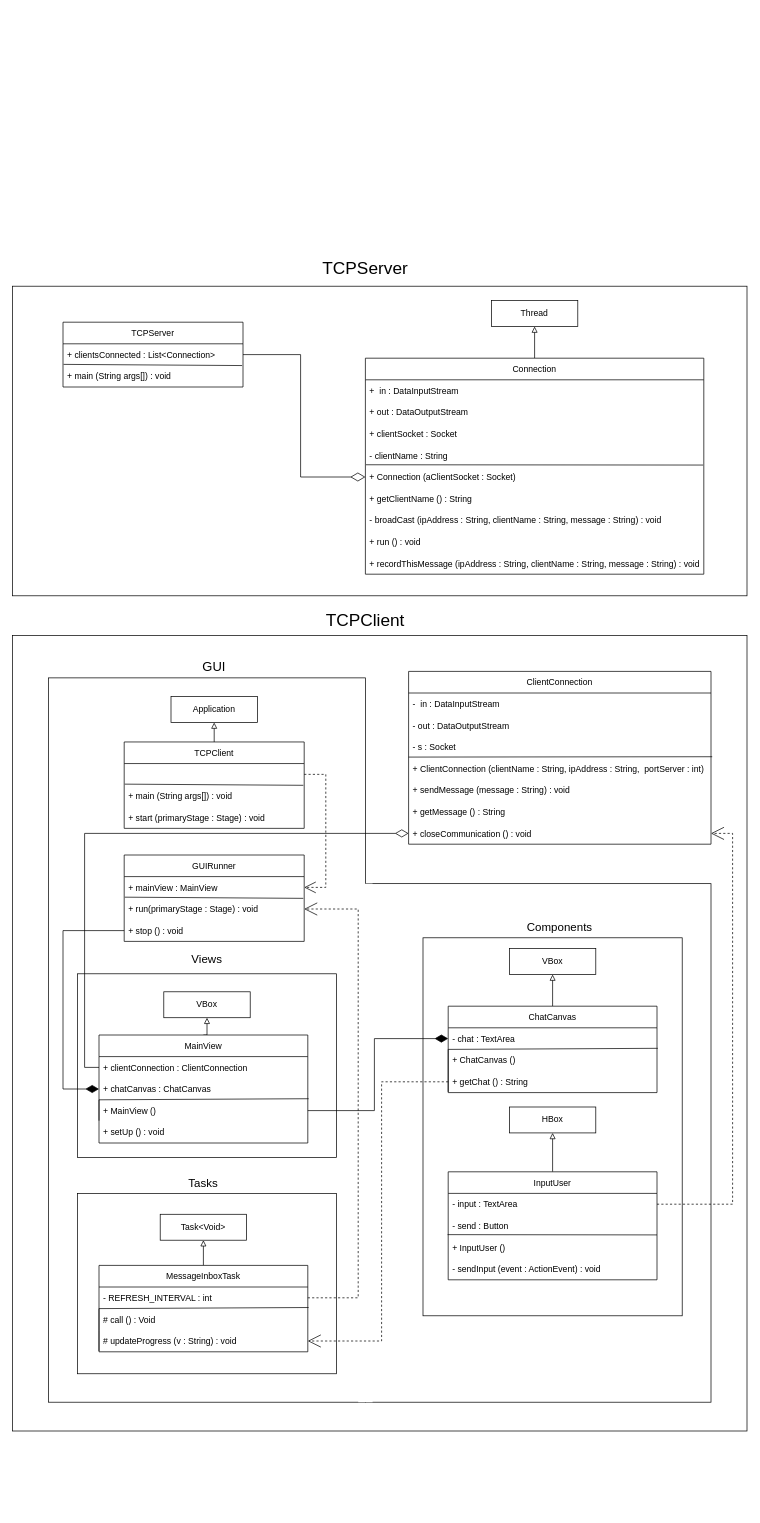
Before: documentation/UML.drawio in computer-networks-team-1/assignment2-rmi-chat, a draw.io diagram. Source tidied: cells renumbered, new cells numbered last; positions are measured from the earlier drawing's top-left corner, leaving out a move shared by most shapes. Both pictures are drawn from the tidied source at 72%, with x=0, y=0 at pixel (12, 257).
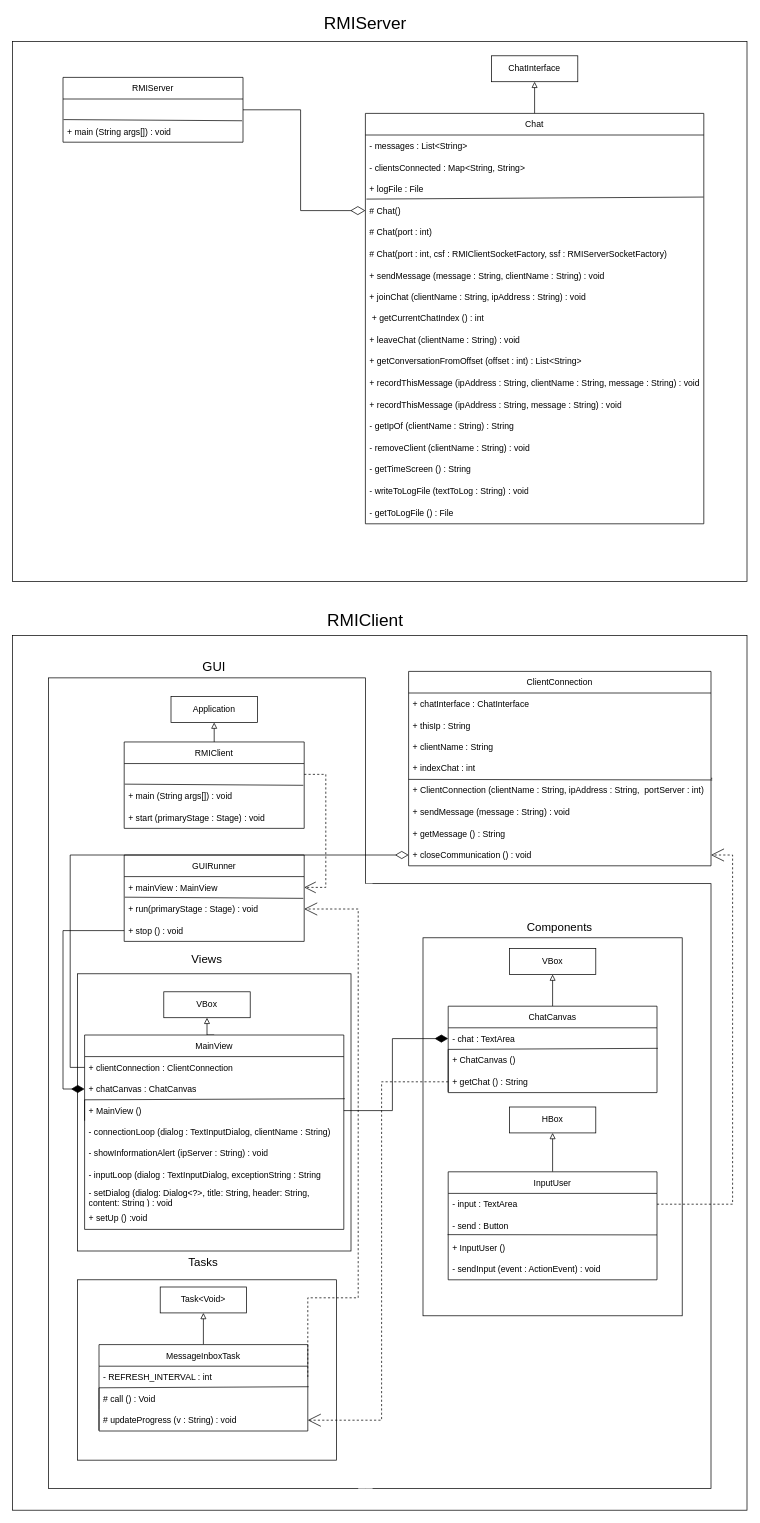
After the change.

The edit, as a diff of the source:
```diff
@@
     <mxCell id="2" style="rounded=0;whiteSpace=wrap;html=1;fillColor=#FFFFFF;" parent="1" vertex="1">
-      <mxGeometry y="40" width="1020" height="430" as="geometry" />
+      <mxGeometry y="-300" width="1020" height="750" as="geometry" />
     </mxCell>
     <mxCell id="3" style="rounded=0;whiteSpace=wrap;html=1;fillColor=#FFFFFF;" parent="1" vertex="1">
-      <mxGeometry y="525" width="1020" height="1105" as="geometry" />
+      <mxGeometry y="525" width="1020" height="1215" as="geometry" />
     </mxCell>
-    <mxCell id="4" value="TCPServer" style="swimlane;fontStyle=0;horizontal=1;startSize=30;" parent="1" vertex="1">
-      <mxGeometry x="70" y="90" width="250" height="90" as="geometry" />
+    <mxCell id="4" value="RMIServer" style="swimlane;fontStyle=0;horizontal=1;startSize=30;" parent="1" vertex="1">
+      <mxGeometry x="70" y="-250" width="250" height="90" as="geometry" />
     </mxCell>
-    <mxCell id="5" value="+ clientsConnected : List&lt;Connection&gt;" style="text;strokeColor=none;fillColor=none;align=left;verticalAlign=middle;spacingLeft=4;spacingRight=4;overflow=hidden;points=[[0,0.5],[1,0.5]];portConstraint=eastwest;" parent="4" vertex="1">
+    <mxCell id="5" value="    " style="text;strokeColor=none;fillColor=none;align=left;verticalAlign=middle;spacingLeft=4;spacingRight=4;overflow=hidden;points=[[0,0.5],[1,0.5]];portConstraint=eastwest;" parent="4" vertex="1">
       <mxGeometry y="30" width="250" height="30" as="geometry" />
     </mxCell>
@@
-    <mxCell id="9" value="Connection" style="swimlane;fontStyle=0;horizontal=1;startSize=30;" parent="1" vertex="1">
-      <mxGeometry x="490" y="140" width="470" height="300" as="geometry" />
+    <mxCell id="9" value="Chat" style="swimlane;fontStyle=0;horizontal=1;startSize=30;" parent="1" vertex="1">
+      <mxGeometry x="490" y="-200" width="470" height="570" as="geometry" />
     </mxCell>
-    <mxCell id="10" value="+  in : DataInputStream" style="text;strokeColor=none;fillColor=none;align=left;verticalAlign=middle;spacingLeft=4;spacingRight=4;overflow=hidden;" parent="9" vertex="1">
+    <mxCell id="10" value="- messages : List&lt;String&gt;" style="text;strokeColor=none;fillColor=none;align=left;verticalAlign=middle;spacingLeft=4;spacingRight=4;overflow=hidden;" parent="9" vertex="1">
       <mxGeometry y="30" width="470" height="30" as="geometry" />
     </mxCell>
-    <mxCell id="11" value="+ out : DataOutputStream" style="text;strokeColor=none;fillColor=none;align=left;verticalAlign=middle;spacingLeft=4;spacingRight=4;overflow=hidden;" parent="9" vertex="1">
+    <mxCell id="11" value="- clientsConnected : Map&lt;String, String&gt;" style="text;strokeColor=none;fillColor=none;align=left;verticalAlign=middle;spacingLeft=4;spacingRight=4;overflow=hidden;" parent="9" vertex="1">
       <mxGeometry y="60" width="470" height="30" as="geometry" />
     </mxCell>
-    <mxCell id="12" value="+ clientSocket : Socket" style="text;strokeColor=none;fillColor=none;align=left;verticalAlign=middle;spacingLeft=4;spacingRight=4;overflow=hidden;points=[[0,0.5],[1,0.5]];portConstraint=eastwest;" parent="9" vertex="1">
+    <mxCell id="12" value="+ logFile : File" style="text;strokeColor=none;fillColor=none;align=left;verticalAlign=middle;spacingLeft=4;spacingRight=4;overflow=hidden;points=[[0,0.5],[1,0.5]];portConstraint=eastwest;" parent="9" vertex="1">
       <mxGeometry y="90" width="470" height="30" as="geometry" />
     </mxCell>
-    <mxCell id="13" value="- clientName : String" style="text;strokeColor=none;fillColor=none;align=left;verticalAlign=middle;spacingLeft=4;spacingRight=4;overflow=hidden;" parent="9" vertex="1">
-      <mxGeometry y="120" width="470" height="30" as="geometry" />
-    </mxCell>
-    <mxCell id="14" value="+ Connection (aClientSocket : Socket)" style="text;strokeColor=none;fillColor=none;align=left;verticalAlign=middle;spacingLeft=4;spacingRight=4;overflow=hidden;points=[[0,0.5],[1,0.5]];portConstraint=eastwest;" parent="9" vertex="1">
-      <mxGeometry y="150" width="470" height="30" as="geometry" />
+    <mxCell id="14" value="# Chat()" style="text;strokeColor=none;fillColor=none;align=left;verticalAlign=middle;spacingLeft=4;spacingRight=4;overflow=hidden;points=[[0,0.5],[1,0.5]];portConstraint=eastwest;" parent="9" vertex="1">
+      <mxGeometry y="120" width="470" height="30" as="geometry" />
     </mxCell>
-    <mxCell id="15" style="endArrow=none;html=1;rounded=0;exitX=0.004;exitY=-0.1;exitDx=0;exitDy=0;exitPerimeter=0;entryX=0.998;entryY=-0.053;entryDx=0;entryDy=0;entryPerimeter=0;" parent="9" edge="1" target="14">
-      <mxGeometry relative="1" as="geometry">
-        <mxPoint x="0.8" y="148" as="sourcePoint" />
-      </mxGeometry>
+    <mxCell id="15" style="endArrow=none;html=1;rounded=0;exitX=0.003;exitY=-0.033;exitDx=0;exitDy=0;exitPerimeter=0;entryX=0.999;entryY=0.873;entryDx=0;entryDy=0;entryPerimeter=0;" parent="9" edge="1" source="14" target="12">
+      <mxGeometry relative="1" as="geometry" />
     </mxCell>
-    <mxCell id="16" value="+ getClientName () : String" style="text;strokeColor=none;fillColor=none;align=left;verticalAlign=middle;spacingLeft=4;spacingRight=4;overflow=hidden;" parent="9" vertex="1">
-      <mxGeometry y="180" width="470" height="30" as="geometry" />
+    <mxCell id="16" value="# Chat(port : int)" style="text;strokeColor=none;fillColor=none;align=left;verticalAlign=middle;spacingLeft=4;spacingRight=4;overflow=hidden;" parent="9" vertex="1">
+      <mxGeometry y="150" width="470" height="30" as="geometry" />
     </mxCell>
-    <mxCell id="17" value="- broadCast (ipAddress : String, clientName : String, message : String) : void" style="text;strokeColor=none;fillColor=none;align=left;verticalAlign=middle;spacingLeft=4;spacingRight=4;overflow=hidden;" parent="9" vertex="1">
-      <mxGeometry y="210" width="470" height="30" as="geometry" />
+    <mxCell id="17" value="# Chat(port : int, csf : RMIClientSocketFactory, ssf : RMIServerSocketFactory)" style="text;strokeColor=none;fillColor=none;align=left;verticalAlign=middle;spacingLeft=4;spacingRight=4;overflow=hidden;" parent="9" vertex="1">
+      <mxGeometry y="180" width="470" height="30" as="geometry" />
     </mxCell>
-    <mxCell id="18" value="+ run () : void" style="text;strokeColor=none;fillColor=none;align=left;verticalAlign=middle;spacingLeft=4;spacingRight=4;overflow=hidden;" parent="9" vertex="1">
-      <mxGeometry y="240" width="470" height="30" as="geometry" />
+    <mxCell id="18" value="+ sendMessage (message : String, clientName : String) : void" style="text;strokeColor=none;fillColor=none;align=left;verticalAlign=middle;spacingLeft=4;spacingRight=4;overflow=hidden;" parent="9" vertex="1">
+      <mxGeometry y="210" width="470" height="30" as="geometry" />
     </mxCell>
-    <mxCell id="19" value="+ recordThisMessage (ipAddress : String, clientName : String, message : String) : void" style="text;strokeColor=none;fillColor=none;align=left;verticalAlign=middle;spacingLeft=4;spacingRight=4;overflow=hidden;" parent="9" vertex="1">
-      <mxGeometry y="270" width="470" height="30" as="geometry" />
+    <mxCell id="19" value="+ joinChat (clientName : String, ipAddress : String) : void" style="text;strokeColor=none;fillColor=none;align=left;verticalAlign=middle;spacingLeft=4;spacingRight=4;overflow=hidden;" parent="9" vertex="1">
+      <mxGeometry y="240" width="470" height="30" as="geometry" />
     </mxCell>
+    <mxCell id="92" value="&amp;nbsp;+ getCurrentChatIndex () : int" style="text;strokeColor=none;fillColor=none;align=left;verticalAlign=middle;spacingLeft=4;spacingRight=4;overflow=hidden;whiteSpace=wrap;html=1;" parent="9" vertex="1">
+      <mxGeometry y="270" width="470" height="30" as="geometry" />
+    </mxCell>
+    <mxCell id="93" value="+ leaveChat (clientName : String) : void" style="text;strokeColor=none;fillColor=none;align=left;verticalAlign=middle;spacingLeft=4;spacingRight=4;overflow=hidden;whiteSpace=wrap;html=1;" parent="9" vertex="1">
+      <mxGeometry y="300" width="470" height="30" as="geometry" />
+    </mxCell>
+    <mxCell id="94" value="+ getConversationFromOffset (offset : int) : List&amp;lt;String&amp;gt;" style="text;strokeColor=none;fillColor=none;align=left;verticalAlign=middle;spacingLeft=4;spacingRight=4;overflow=hidden;whiteSpace=wrap;html=1;" parent="9" vertex="1">
+      <mxGeometry y="330" width="470" height="30" as="geometry" />
+    </mxCell>
+    <mxCell id="95" value="+ recordThisMessage (ipAddress : String, clientName : String, message : String) : void" style="text;strokeColor=none;fillColor=none;align=left;verticalAlign=middle;spacingLeft=4;spacingRight=4;overflow=hidden;whiteSpace=wrap;html=1;" parent="9" vertex="1">
+      <mxGeometry y="360" width="470" height="30" as="geometry" />
+    </mxCell>
+    <mxCell id="96" value="+ recordThisMessage (ipAddress : String, message : String) : void" style="text;strokeColor=none;fillColor=none;align=left;verticalAlign=middle;spacingLeft=4;spacingRight=4;overflow=hidden;whiteSpace=wrap;html=1;" parent="9" vertex="1">
+      <mxGeometry y="390" width="470" height="30" as="geometry" />
+    </mxCell>
+    <mxCell id="97" value="- getIpOf (clientName : String) : String" style="text;strokeColor=none;fillColor=none;align=left;verticalAlign=middle;spacingLeft=4;spacingRight=4;overflow=hidden;whiteSpace=wrap;html=1;" parent="9" vertex="1">
+      <mxGeometry y="420" width="470" height="30" as="geometry" />
+    </mxCell>
+    <mxCell id="98" value="- removeClient (clientName : String) : void" style="text;strokeColor=none;fillColor=none;align=left;verticalAlign=middle;spacingLeft=4;spacingRight=4;overflow=hidden;whiteSpace=wrap;html=1;" parent="9" vertex="1">
+      <mxGeometry y="450" width="470" height="30" as="geometry" />
+    </mxCell>
+    <mxCell id="99" value="- getTimeScreen () : String" style="text;strokeColor=none;fillColor=none;align=left;verticalAlign=middle;spacingLeft=4;spacingRight=4;overflow=hidden;whiteSpace=wrap;html=1;" parent="9" vertex="1">
+      <mxGeometry y="480" width="470" height="30" as="geometry" />
+    </mxCell>
+    <mxCell id="100" value="- writeToLogFile (textToLog : String) : void" style="text;strokeColor=none;fillColor=none;align=left;verticalAlign=middle;spacingLeft=4;spacingRight=4;overflow=hidden;whiteSpace=wrap;html=1;" parent="9" vertex="1">
+      <mxGeometry y="510" width="470" height="30" as="geometry" />
+    </mxCell>
+    <mxCell id="101" value="- getToLogFile () : File" style="text;strokeColor=none;fillColor=none;align=left;verticalAlign=middle;spacingLeft=4;spacingRight=4;overflow=hidden;whiteSpace=wrap;html=1;" parent="9" vertex="1">
+      <mxGeometry y="540" width="470" height="30" as="geometry" />
+    </mxCell>
-    <mxCell id="20" value="&lt;font style=&quot;font-size: 24px;&quot;&gt;TCPServer&lt;/font&gt;" style="text;html=1;strokeColor=none;fillColor=none;align=center;verticalAlign=middle;whiteSpace=wrap;rounded=0;" parent="1" vertex="1">
-      <mxGeometry x="460" width="60" height="30" as="geometry" />
+    <mxCell id="20" value="&lt;font style=&quot;font-size: 24px;&quot;&gt;RMIServer&lt;/font&gt;" style="text;html=1;strokeColor=none;fillColor=none;align=center;verticalAlign=middle;whiteSpace=wrap;rounded=0;" parent="1" vertex="1">
+      <mxGeometry x="460" y="-340" width="60" height="30" as="geometry" />
     </mxCell>
     <mxCell id="21" value="ClientConnection" style="swimlane;fontStyle=0;horizontal=1;startSize=30;" parent="1" vertex="1">
-      <mxGeometry x="550" y="575" width="420" height="240" as="geometry" />
+      <mxGeometry x="550" y="575" width="420" height="270" as="geometry" />
     </mxCell>
-    <mxCell id="22" value="-  in : DataInputStream" style="text;strokeColor=none;fillColor=none;align=left;verticalAlign=middle;spacingLeft=4;spacingRight=4;overflow=hidden;" parent="21" vertex="1">
+    <mxCell id="22" value="+ chatInterface : ChatInterface" style="text;strokeColor=none;fillColor=none;align=left;verticalAlign=middle;spacingLeft=4;spacingRight=4;overflow=hidden;" parent="21" vertex="1">
       <mxGeometry y="30" width="420" height="30" as="geometry" />
     </mxCell>
-    <mxCell id="23" value="- out : DataOutputStream" style="text;strokeColor=none;fillColor=none;align=left;verticalAlign=middle;spacingLeft=4;spacingRight=4;overflow=hidden;" parent="21" vertex="1">
+    <mxCell id="23" value="+ thisIp : String" style="text;strokeColor=none;fillColor=none;align=left;verticalAlign=middle;spacingLeft=4;spacingRight=4;overflow=hidden;" parent="21" vertex="1">
       <mxGeometry y="60" width="420" height="30" as="geometry" />
     </mxCell>
-    <mxCell id="24" value="- s : Socket" style="text;strokeColor=none;fillColor=none;align=left;verticalAlign=middle;spacingLeft=4;spacingRight=4;overflow=hidden;" parent="21" vertex="1">
+    <mxCell id="24" value="+ clientName : String" style="text;strokeColor=none;fillColor=none;align=left;verticalAlign=middle;spacingLeft=4;spacingRight=4;overflow=hidden;" parent="21" vertex="1">
       <mxGeometry y="90" width="420" height="30" as="geometry" />
     </mxCell>
+    <mxCell id="102" value="+ indexChat : int&lt;span style=&quot;white-space: pre;&quot;&gt;&#9;&lt;/span&gt;" style="text;strokeColor=none;fillColor=none;align=left;verticalAlign=middle;spacingLeft=4;spacingRight=4;overflow=hidden;points=[[0,0.5],[1,0.5]];portConstraint=eastwest;whiteSpace=wrap;html=1;" parent="21" vertex="1">
+      <mxGeometry y="120" width="420" height="30" as="geometry" />
+    </mxCell>
     <mxCell id="25" value="+ ClientConnection (clientName : String, ipAddress : String,  portServer : int)" style="text;strokeColor=none;fillColor=none;align=left;verticalAlign=middle;spacingLeft=4;spacingRight=4;overflow=hidden;points=[[0,0.5],[1,0.5]];portConstraint=eastwest;" parent="21" vertex="1">
-      <mxGeometry y="120" width="420" height="30" as="geometry" />
+      <mxGeometry y="150" width="420" height="30" as="geometry" />
     </mxCell>
     <mxCell id="26" value="+ sendMessage (message : String) : void" style="text;strokeColor=none;fillColor=none;align=left;verticalAlign=middle;spacingLeft=4;spacingRight=4;overflow=hidden;" parent="21" vertex="1">
-      <mxGeometry y="150" width="420" height="30" as="geometry" />
+      <mxGeometry y="180" width="420" height="30" as="geometry" />
     </mxCell>
     <mxCell id="27" value="+ getMessage () : String" style="text;strokeColor=none;fillColor=none;align=left;verticalAlign=middle;spacingLeft=4;spacingRight=4;overflow=hidden;" parent="21" vertex="1">
-      <mxGeometry y="180" width="420" height="30" as="geometry" />
+      <mxGeometry y="210" width="420" height="30" as="geometry" />
     </mxCell>
     <mxCell id="28" value="+ closeCommunication () : void" style="text;strokeColor=none;fillColor=none;align=left;verticalAlign=middle;spacingLeft=4;spacingRight=4;overflow=hidden;points=[[0,0.5],[1,0.5]];portConstraint=eastwest;" parent="21" vertex="1">
-      <mxGeometry y="210" width="420" height="30" as="geometry" />
+      <mxGeometry y="240" width="420" height="30" as="geometry" />
     </mxCell>
-    <mxCell id="29" style="endArrow=none;html=1;rounded=0;fontSize=24;entryX=1.004;entryY=-0.05;entryDx=0;entryDy=0;entryPerimeter=0;" parent="21" edge="1" target="25">
-      <mxGeometry relative="1" as="geometry">
-        <mxPoint y="119" as="sourcePoint" />
-      </mxGeometry>
+    <mxCell id="29" style="endArrow=none;html=1;rounded=0;fontSize=24;entryX=1.004;entryY=-0.05;entryDx=0;entryDy=0;entryPerimeter=0;startArrow=none;" parent="21" edge="1" source="102" target="25">
+      <mxGeometry relative="1" as="geometry" />
     </mxCell>
+    <mxCell id="103" style="endArrow=none;html=1;rounded=0;fontSize=24;entryX=1.004;entryY=1.026;entryDx=0;entryDy=0;entryPerimeter=0;" parent="21" edge="1" target="102">
+      <mxGeometry relative="1" as="geometry">
+        <mxPoint y="150" as="sourcePoint" />
+      </mxGeometry>
+    </mxCell>
     <mxCell id="30" style="rounded=0;whiteSpace=wrap;html=1;fontSize=24;fillColor=#FFFFFF;" parent="1" vertex="1">
-      <mxGeometry x="50" y="584" width="440" height="1006" as="geometry" />
+      <mxGeometry x="50" y="584" width="440" height="1126" as="geometry" />
     </mxCell>
-    <mxCell id="31" value="&lt;font style=&quot;font-size: 24px;&quot;&gt;TCPClient&lt;br&gt;&lt;/font&gt;" style="text;html=1;strokeColor=none;fillColor=none;align=center;verticalAlign=middle;whiteSpace=wrap;rounded=0;" parent="1" vertex="1">
+    <mxCell id="31" value="&lt;font style=&quot;font-size: 24px;&quot;&gt;RMIClient&lt;br&gt;&lt;/font&gt;" style="text;html=1;strokeColor=none;fillColor=none;align=center;verticalAlign=middle;whiteSpace=wrap;rounded=0;" parent="1" vertex="1">
       <mxGeometry x="460" y="490" width="60" height="30" as="geometry" />
     </mxCell>
@@
-    <mxCell id="34" value="TCPClient" style="swimlane;fontStyle=0;horizontal=1;startSize=30;" parent="1" vertex="1">
+    <mxCell id="34" value="RMIClient" style="swimlane;fontStyle=0;horizontal=1;startSize=30;" parent="1" vertex="1">
       <mxGeometry x="155" y="673" width="250" height="120" as="geometry" />
     </mxCell>
@@
     <mxCell id="45" style="rounded=0;whiteSpace=wrap;html=1;fontSize=18;fillColor=none;" parent="1" vertex="1">
-      <mxGeometry x="90" y="995" width="360" height="255" as="geometry" />
+      <mxGeometry x="90" y="995" width="380" height="385" as="geometry" />
     </mxCell>
@@
     <mxCell id="47" value="MainView" style="swimlane;fontStyle=0;horizontal=1;startSize=30;" parent="1" vertex="1">
-      <mxGeometry x="120" y="1080" width="290" height="150" as="geometry" />
+      <mxGeometry x="100" y="1080" width="360" height="270" as="geometry" />
     </mxCell>
     <mxCell id="48" value="+ clientConnection : ClientConnection" style="text;strokeColor=none;fillColor=none;align=left;verticalAlign=middle;spacingLeft=4;spacingRight=4;overflow=hidden;points=[[0,0.5],[1,0.5]];portConstraint=eastwest;" parent="47" vertex="1">
-      <mxGeometry y="30" width="290" height="30" as="geometry" />
+      <mxGeometry y="30" width="360" height="30" as="geometry" />
     </mxCell>
     <mxCell id="49" value="+ chatCanvas : ChatCanvas" style="text;strokeColor=none;fillColor=none;align=left;verticalAlign=middle;spacingLeft=4;spacingRight=4;overflow=hidden;points=[[0,0.5],[1,0.5]];portConstraint=eastwest;" parent="47" vertex="1">
-      <mxGeometry y="60" width="290" height="30" as="geometry" />
+      <mxGeometry y="60" width="360" height="30" as="geometry" />
     </mxCell>
     <mxCell id="50" value="+ MainView ()" style="text;strokeColor=none;fillColor=none;align=left;verticalAlign=middle;spacingLeft=4;spacingRight=4;overflow=hidden;points=[[0,0.5],[1,0.5]];portConstraint=eastwest;" parent="47" vertex="1">
-      <mxGeometry y="90" width="290" height="30" as="geometry" />
+      <mxGeometry y="90" width="360" height="30" as="geometry" />
     </mxCell>
-    <mxCell id="51" value="+ setUp () : void" style="text;strokeColor=none;fillColor=none;align=left;verticalAlign=middle;spacingLeft=4;spacingRight=4;overflow=hidden;" parent="47" vertex="1">
-      <mxGeometry y="120" width="290" height="30" as="geometry" />
+    <mxCell id="51" value="- connectionLoop (dialog : TextInputDialog, clientName : String)" style="text;strokeColor=none;fillColor=none;align=left;verticalAlign=middle;spacingLeft=4;spacingRight=4;overflow=hidden;" parent="47" vertex="1">
+      <mxGeometry y="120" width="360" height="30" as="geometry" />
     </mxCell>
@@
+    <mxCell id="104" value="- showInformationAlert (ipServer : String) : void" style="text;strokeColor=none;fillColor=none;align=left;verticalAlign=middle;spacingLeft=4;spacingRight=4;overflow=hidden;whiteSpace=wrap;html=1;" parent="47" vertex="1">
+      <mxGeometry y="150" width="360" height="30" as="geometry" />
+    </mxCell>
+    <mxCell id="105" value="- inputLoop (dialog : TextInputDialog, exceptionString : String" style="text;strokeColor=none;fillColor=none;align=left;verticalAlign=middle;spacingLeft=4;spacingRight=4;overflow=hidden;whiteSpace=wrap;html=1;" parent="47" vertex="1">
+      <mxGeometry y="180" width="360" height="30" as="geometry" />
+    </mxCell>
+    <mxCell id="106" value="- setDialog (dialog: Dialog&amp;lt;?&amp;gt;, title: String, header: String, content: String ) : void" style="text;strokeColor=none;fillColor=none;align=left;verticalAlign=middle;spacingLeft=4;spacingRight=4;overflow=hidden;whiteSpace=wrap;html=1;" parent="47" vertex="1">
+      <mxGeometry y="210" width="360" height="30" as="geometry" />
+    </mxCell>
+    <mxCell id="107" value="+ setUp () :void" style="text;strokeColor=none;fillColor=none;align=left;verticalAlign=middle;spacingLeft=4;spacingRight=4;overflow=hidden;whiteSpace=wrap;html=1;" parent="47" vertex="1">
+      <mxGeometry y="240" width="360" height="30" as="geometry" />
+    </mxCell>
     <mxCell id="53" value="&lt;font style=&quot;font-size: 16px;&quot;&gt;Tasks&lt;/font&gt;" style="text;html=1;strokeColor=none;fillColor=none;align=center;verticalAlign=middle;whiteSpace=wrap;rounded=0;" parent="1" vertex="1">
-      <mxGeometry x="235" y="1270" width="60" height="30" as="geometry" />
+      <mxGeometry x="235" y="1380" width="60" height="30" as="geometry" />
     </mxCell>
     <mxCell id="54" style="rounded=0;whiteSpace=wrap;html=1;fontSize=16;fillColor=#FFFFFF;" parent="1" vertex="1">
-      <mxGeometry x="490" y="869.8" width="480" height="720.2" as="geometry" />
+      <mxGeometry x="490" y="869.8" width="480" height="840.2" as="geometry" />
     </mxCell>
     <mxCell id="55" style="rounded=0;whiteSpace=wrap;html=1;fontSize=18;fillColor=none;" parent="1" vertex="1">
-      <mxGeometry x="90" y="1300" width="360" height="250.5" as="geometry" />
+      <mxGeometry x="90" y="1420" width="360" height="250.5" as="geometry" />
     </mxCell>
@@
     <mxCell id="57" value="MessageInboxTask" style="swimlane;fontStyle=0;horizontal=1;startSize=30;" parent="1" vertex="1">
-      <mxGeometry x="120" y="1400" width="290" height="120" as="geometry" />
+      <mxGeometry x="120" y="1510" width="290" height="120" as="geometry" />
     </mxCell>
@@
     <mxCell id="70" style="rounded=0;whiteSpace=wrap;html=1;fontSize=16;fillColor=#FFFFFF;strokeColor=none;" parent="1" vertex="1">
-      <mxGeometry x="480" y="869.8" width="20" height="720.2" as="geometry" />
+      <mxGeometry x="480" y="869.8" width="20" height="840.2" as="geometry" />
     </mxCell>
@@
     <mxCell id="81" value="Task&amp;lt;Void&amp;gt;" style="rounded=0;whiteSpace=wrap;html=1;" parent="1" vertex="1">
-      <mxGeometry x="205" y="1329" width="120" height="36" as="geometry" />
+      <mxGeometry x="205" y="1430" width="120" height="36" as="geometry" />
     </mxCell>
@@
-    <mxCell id="84" value="Thread" style="rounded=0;whiteSpace=wrap;html=1;" parent="1" vertex="1">
-      <mxGeometry x="665" y="60" width="120" height="36" as="geometry" />
+    <mxCell id="84" value="ChatInterface" style="rounded=0;whiteSpace=wrap;html=1;" parent="1" vertex="1">
+      <mxGeometry x="665" y="-280" width="120" height="36" as="geometry" />
     </mxCell>
```
